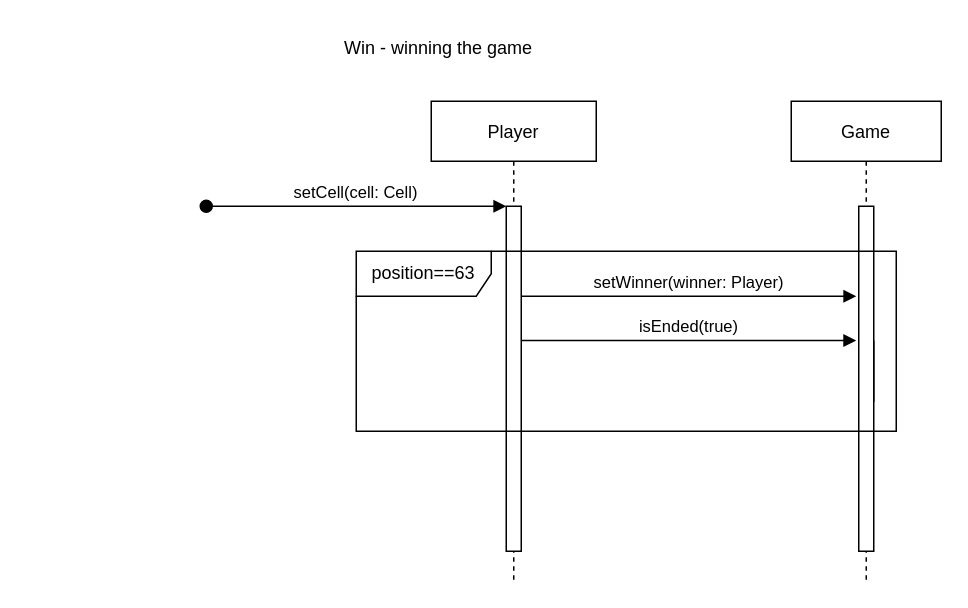
The draw.io diagram Diagrams/Sequence Diagrams/TheGooseGame_SD_win.drawio in diegorodolfofranco/the-goose-game, before the edit. Source tidied: cells renumbered, new cells numbered last; positions are measured from the earlier drawing's top-left corner, leaving out a move shared by most shapes. Both pictures are drawn from the tidied source at 150%, with x=0, y=0 at pixel (206, 26).
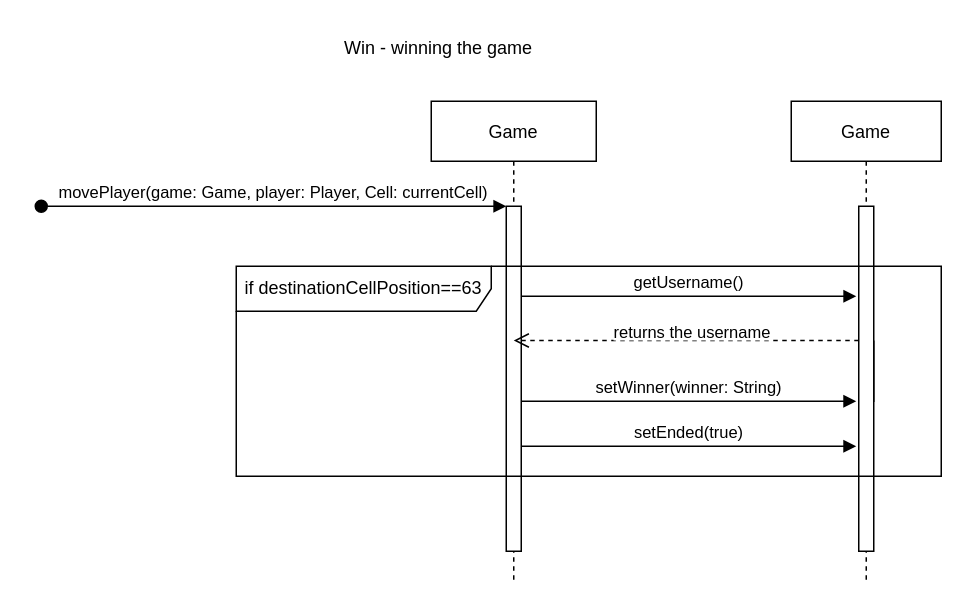
The same page after the edit.

Commit message (it also covers changes not shown here):
Updated code - the game works correctly

The edit, as a diff of the source:
```diff
@@
 <mxGraphModel>
   <root>
     <mxCell id="0" />
     <mxCell id="1" parent="0" />
-    <mxCell id="2" value="Player" style="shape=umlLifeline;perimeter=lifelinePerimeter;rounded=0;shadow=0;strokeWidth=1;" parent="1" vertex="1">
+    <mxCell id="2" value="Game" style="shape=umlLifeline;perimeter=lifelinePerimeter;rounded=0;shadow=0;strokeWidth=1;" parent="1" vertex="1">
       <mxGeometry x="150" y="50" width="110" height="320" as="geometry" />
     </mxCell>
     <mxCell id="3" style="points=[];perimeter=orthogonalPerimeter;rounded=0;shadow=0;strokeWidth=1;" parent="2" vertex="1">
       <mxGeometry x="50" y="70" width="10" height="230" as="geometry" />
     </mxCell>
-    <mxCell id="4" value="setCell(cell: Cell)" style="verticalAlign=bottom;startArrow=oval;endArrow=block;startSize=8;shadow=0;strokeWidth=1;" parent="2" edge="1" target="3">
+    <mxCell id="4" value="movePlayer(game: Game, player: Player, Cell: currentCell)" style="verticalAlign=bottom;startArrow=oval;endArrow=block;startSize=8;shadow=0;strokeWidth=1;" parent="2" edge="1" target="3">
       <mxGeometry relative="1" as="geometry">
-        <mxPoint x="-150" y="70" as="sourcePoint" />
+        <mxPoint x="-260" y="70" as="sourcePoint" />
       </mxGeometry>
     </mxCell>
-    <mxCell id="5" value="setWinner(winner: Player)" style="verticalAlign=bottom;endArrow=block;shadow=0;strokeWidth=1;entryX=-0.167;entryY=0.261;entryDx=0;entryDy=0;entryPerimeter=0;" parent="2" edge="1" target="8">
+    <mxCell id="5" value="getUsername()" style="verticalAlign=bottom;endArrow=block;shadow=0;strokeWidth=1;entryX=-0.167;entryY=0.261;entryDx=0;entryDy=0;entryPerimeter=0;" parent="2" edge="1" target="8">
       <mxGeometry relative="1" as="geometry">
         <mxPoint x="60" y="130" as="sourcePoint" />
       </mxGeometry>
     </mxCell>
     <mxCell id="6" style="html=1;perimeter=orthogonalPerimeter;" parent="2" vertex="1">
       <mxGeometry x="285" y="160" width="10" height="40" as="geometry" />
     </mxCell>
     <mxCell id="7" value="Game" style="shape=umlLifeline;perimeter=lifelinePerimeter;rounded=0;shadow=0;strokeWidth=1;" parent="1" vertex="1">
       <mxGeometry x="390" y="50" width="100" height="320" as="geometry" />
     </mxCell>
     <mxCell id="8" style="points=[];perimeter=orthogonalPerimeter;rounded=0;shadow=0;strokeWidth=1;" parent="7" vertex="1">
       <mxGeometry x="45" y="70" width="10" height="230" as="geometry" />
     </mxCell>
+    <mxCell id="11" value="setEnded(true)" style="verticalAlign=bottom;endArrow=block;shadow=0;strokeWidth=1;entryX=-0.167;entryY=0.261;entryDx=0;entryDy=0;entryPerimeter=0;" parent="7" edge="1">
+      <mxGeometry relative="1" as="geometry">
+        <mxPoint x="-180" y="230" as="sourcePoint" />
+        <mxPoint x="43.3" y="230" as="targetPoint" />
+      </mxGeometry>
+    </mxCell>
+    <mxCell id="12" style="verticalAlign=bottom;endArrow=open;dashed=1;endSize=8;shadow=0;strokeWidth=1;" parent="7" edge="1">
+      <mxGeometry relative="1" as="geometry">
+        <mxPoint x="45" y="159.5" as="sourcePoint" />
+        <mxPoint x="-185" y="159.5" as="targetPoint" />
+      </mxGeometry>
+    </mxCell>
+    <mxCell id="10" value="if destinationCellPosition==63" style="shape=umlFrame;whiteSpace=wrap;html=1;width=170;height=30;" parent="7" vertex="1">
+      <mxGeometry x="-370" y="110" width="470" height="140" as="geometry" />
+    </mxCell>
     <mxCell id="9" value="Win - winning the game" style="text;html=1;strokeColor=none;fillColor=none;align=center;verticalAlign=middle;whiteSpace=wrap;rounded=0;" parent="1" vertex="1">
       <mxGeometry x="90" width="130" height="30" as="geometry" />
     </mxCell>
-    <mxCell id="10" value="position==63" style="shape=umlFrame;whiteSpace=wrap;html=1;width=90;height=30;" parent="1" vertex="1">
-      <mxGeometry x="100" y="150" width="360" height="120" as="geometry" />
-    </mxCell>
-    <mxCell id="11" value="isEnded(true)" style="verticalAlign=bottom;endArrow=block;shadow=0;strokeWidth=1;entryX=-0.167;entryY=0.261;entryDx=0;entryDy=0;entryPerimeter=0;" parent="1" edge="1">
-      <mxGeometry relative="1" as="geometry">
-        <mxPoint x="210" y="209.5" as="sourcePoint" />
-        <mxPoint x="433.3" y="209.5" as="targetPoint" />
-      </mxGeometry>
-    </mxCell>
+    <mxCell id="13" value="&lt;span style=&quot;color: rgb(0, 0, 0); font-family: Helvetica; font-size: 11px; font-style: normal; font-variant-ligatures: normal; font-variant-caps: normal; font-weight: 400; letter-spacing: normal; orphans: 2; text-align: center; text-indent: 0px; text-transform: none; widows: 2; word-spacing: 0px; -webkit-text-stroke-width: 0px; background-color: rgb(255, 255, 255); text-decoration-thickness: initial; text-decoration-style: initial; text-decoration-color: initial; float: none; display: inline !important;&quot;&gt;returns the username&lt;br&gt;&lt;/span&gt;" style="text;whiteSpace=wrap;html=1;" parent="1" vertex="1">
+      <mxGeometry x="270" y="190" width="110" height="40" as="geometry" />
+    </mxCell>
+    <mxCell id="14" value="setWinner(winner: String)" style="verticalAlign=bottom;endArrow=block;shadow=0;strokeWidth=1;entryX=-0.167;entryY=0.261;entryDx=0;entryDy=0;entryPerimeter=0;" parent="1" edge="1">
+      <mxGeometry relative="1" as="geometry">
+        <mxPoint x="210" y="250" as="sourcePoint" />
+        <mxPoint x="433.3" y="250" as="targetPoint" />
+      </mxGeometry>
+    </mxCell>
   </root>
 </mxGraphModel>
```
